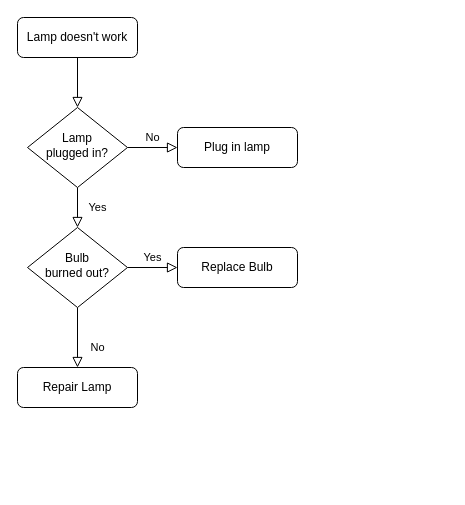
The draw.io diagram debug流程.drawio in Rea1One/images, before the edit. Source tidied: cells renumbered, new cells numbered last; positions are measured from the earlier drawing's top-left corner, leaving out a move shared by most shapes. Both pictures are drawn from the tidied source at 100%, with x=0, y=0 at pixel (17, 17).
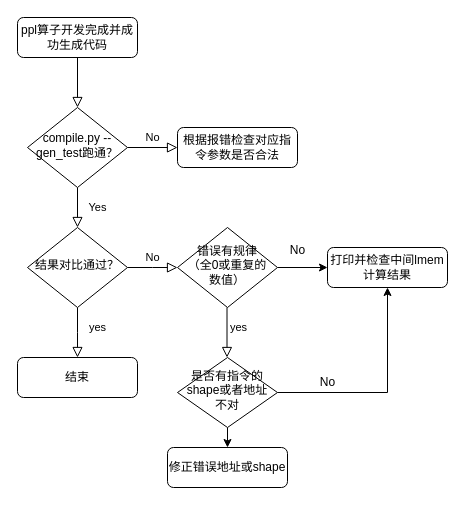
The same page after the edit.

Change to the diagram source:
```diff
@@
-    <mxCell id="3" value="Lamp doesn't work" style="rounded=1;whiteSpace=wrap;html=1;fontSize=12;glass=0;strokeWidth=1;shadow=0;" parent="1" vertex="1">
+    <mxCell id="3" value="ppl算子开发完成并成功生成代码" style="rounded=1;whiteSpace=wrap;html=1;fontSize=12;glass=0;strokeWidth=1;shadow=0;" parent="1" vertex="1">
       <mxGeometry width="120" height="40" as="geometry" />
     </mxCell>
@@
-    <mxCell id="6" value="Lamp&lt;br&gt;plugged in?" style="rhombus;whiteSpace=wrap;html=1;shadow=0;fontFamily=Helvetica;fontSize=12;align=center;strokeWidth=1;spacing=6;spacingTop=-4;" parent="1" vertex="1">
+    <mxCell id="6" value="compile.py --gen_test跑通？" style="rhombus;whiteSpace=wrap;html=1;shadow=0;fontFamily=Helvetica;fontSize=12;align=center;strokeWidth=1;spacing=6;spacingTop=-4;" parent="1" vertex="1">
       <mxGeometry x="10" y="90" width="100" height="80" as="geometry" />
     </mxCell>
-    <mxCell id="7" value="Plug in lamp" style="rounded=1;whiteSpace=wrap;html=1;fontSize=12;glass=0;strokeWidth=1;shadow=0;" parent="1" vertex="1">
+    <mxCell id="7" value="根据报错检查对应指令参数是否合法" style="rounded=1;whiteSpace=wrap;html=1;fontSize=12;glass=0;strokeWidth=1;shadow=0;" parent="1" vertex="1">
       <mxGeometry x="160" y="110" width="120" height="40" as="geometry" />
     </mxCell>
-    <mxCell id="8" value="No" style="rounded=0;html=1;jettySize=auto;fontSize=11;endArrow=block;endFill=0;endSize=8;strokeWidth=1;shadow=0;labelBackgroundColor=none;edgeStyle=orthogonalEdgeStyle;" parent="1" edge="1" source="10" target="11">
-      <mxGeometry x="0.33" y="20" relative="1" as="geometry" />
+    <mxCell id="8" value="yes" style="rounded=0;html=1;jettySize=auto;fontSize=11;endArrow=block;endFill=0;endSize=8;strokeWidth=1;shadow=0;labelBackgroundColor=none;edgeStyle=orthogonalEdgeStyle;" parent="1" edge="1" source="10">
+      <mxGeometry x="-0.21" y="20" relative="1" as="geometry">
+        <mxPoint x="60" y="340" as="targetPoint" />
+      </mxGeometry>
     </mxCell>
-    <mxCell id="9" value="Yes" style="edgeStyle=orthogonalEdgeStyle;rounded=0;html=1;jettySize=auto;fontSize=11;endArrow=block;endFill=0;endSize=8;strokeWidth=1;shadow=0;labelBackgroundColor=none;" parent="1" edge="1" source="10" target="12">
-      <mxGeometry y="10" relative="1" as="geometry" />
+    <mxCell id="9" value="No" style="edgeStyle=orthogonalEdgeStyle;rounded=0;html=1;jettySize=auto;fontSize=11;endArrow=block;endFill=0;endSize=8;strokeWidth=1;shadow=0;labelBackgroundColor=none;" parent="1" edge="1" source="10">
+      <mxGeometry x="-0.01" y="-10" relative="1" as="geometry">
+        <mxPoint x="160" y="250" as="targetPoint" />
+        <mxPoint x="10" y="-10" as="offset" />
+      </mxGeometry>
     </mxCell>
-    <mxCell id="10" value="Bulb&lt;br&gt;burned out?" style="rhombus;whiteSpace=wrap;html=1;shadow=0;fontFamily=Helvetica;fontSize=12;align=center;strokeWidth=1;spacing=6;spacingTop=-4;" parent="1" vertex="1">
+    <mxCell id="10" value="结果对比通过？" style="rhombus;whiteSpace=wrap;html=1;shadow=0;fontFamily=Helvetica;fontSize=12;align=center;strokeWidth=1;spacing=6;spacingTop=-4;" parent="1" vertex="1">
       <mxGeometry x="10" y="210" width="100" height="80" as="geometry" />
     </mxCell>
-    <mxCell id="11" value="Repair Lamp" style="rounded=1;whiteSpace=wrap;html=1;fontSize=12;glass=0;strokeWidth=1;shadow=0;" parent="1" vertex="1">
-      <mxGeometry y="350" width="120" height="40" as="geometry" />
-    </mxCell>
-    <mxCell id="12" value="Replace Bulb" style="rounded=1;whiteSpace=wrap;html=1;fontSize=12;glass=0;strokeWidth=1;shadow=0;" parent="1" vertex="1">
-      <mxGeometry x="160" y="230" width="120" height="40" as="geometry" />
-    </mxCell>
+    <mxCell id="13" value="yes" style="rounded=0;html=1;jettySize=auto;orthogonalLoop=1;fontSize=11;endArrow=block;endFill=0;endSize=8;strokeWidth=1;shadow=0;labelBackgroundColor=none;edgeStyle=orthogonalEdgeStyle;" parent="1" edge="1">
+      <mxGeometry x="-0.2" y="11" relative="1" as="geometry">
+        <mxPoint x="209.5" y="290" as="sourcePoint" />
+        <mxPoint x="209.5" y="340" as="targetPoint" />
+      </mxGeometry>
+    </mxCell>
+    <mxCell id="14" value="打印并检查中间lmem计算结果" style="rounded=1;whiteSpace=wrap;html=1;fontSize=12;glass=0;strokeWidth=1;shadow=0;" parent="1" vertex="1">
+      <mxGeometry x="310" y="230" width="120" height="40" as="geometry" />
+    </mxCell>
+    <mxCell id="15" style="edgeStyle=orthogonalEdgeStyle;rounded=0;jettySize=auto;html=1;exitX=1;exitY=0.5;exitDx=0;exitDy=0;entryX=0;entryY=0.5;entryDx=0;entryDy=0;" parent="1" edge="1" source="16" target="14">
+      <mxGeometry relative="1" as="geometry" />
+    </mxCell>
+    <mxCell id="16" value="错误有规律&lt;div&gt;（全0或重复的数值）&lt;/div&gt;" style="rhombus;whiteSpace=wrap;html=1;shadow=0;fontFamily=Helvetica;fontSize=12;align=center;strokeWidth=1;spacing=6;spacingTop=-4;" parent="1" vertex="1">
+      <mxGeometry x="160" y="210" width="100" height="80" as="geometry" />
+    </mxCell>
+    <mxCell id="17" value="结束" style="rounded=1;whiteSpace=wrap;html=1;fontSize=12;glass=0;strokeWidth=1;shadow=0;" parent="1" vertex="1">
+      <mxGeometry y="340" width="120" height="40" as="geometry" />
+    </mxCell>
+    <mxCell id="18" value="No" style="text;html=1;align=center;verticalAlign=middle;strokeColor=none;fillColor=none;" parent="1" vertex="1">
+      <mxGeometry x="260" y="218" width="40" height="30" as="geometry" />
+    </mxCell>
+    <mxCell id="19" style="edgeStyle=orthogonalEdgeStyle;rounded=0;jettySize=auto;html=1;exitX=0.5;exitY=1;exitDx=0;exitDy=0;entryX=0.5;entryY=0;entryDx=0;entryDy=0;" parent="1" edge="1" source="21" target="22">
+      <mxGeometry relative="1" as="geometry" />
+    </mxCell>
+    <mxCell id="20" style="edgeStyle=orthogonalEdgeStyle;rounded=0;jettySize=auto;html=1;exitX=1;exitY=0.5;exitDx=0;exitDy=0;entryX=0.5;entryY=1;entryDx=0;entryDy=0;" parent="1" edge="1" source="21" target="14">
+      <mxGeometry relative="1" as="geometry" />
+    </mxCell>
+    <mxCell id="21" value="是否有指令的shape或者地址不对" style="rhombus;whiteSpace=wrap;html=1;shadow=0;fontFamily=Helvetica;fontSize=12;align=center;strokeWidth=1;spacing=6;spacingTop=-4;" parent="1" vertex="1">
+      <mxGeometry x="160" y="340" width="100" height="70" as="geometry" />
+    </mxCell>
+    <mxCell id="22" value="修正错误地址或shape" style="rounded=1;whiteSpace=wrap;html=1;fontSize=12;glass=0;strokeWidth=1;shadow=0;" parent="1" vertex="1">
+      <mxGeometry x="150" y="430" width="120" height="40" as="geometry" />
+    </mxCell>
+    <mxCell id="23" value="No" style="text;html=1;align=center;verticalAlign=middle;strokeColor=none;fillColor=none;" parent="1" vertex="1">
+      <mxGeometry x="290" y="350" width="40" height="30" as="geometry" />
+    </mxCell>
```
